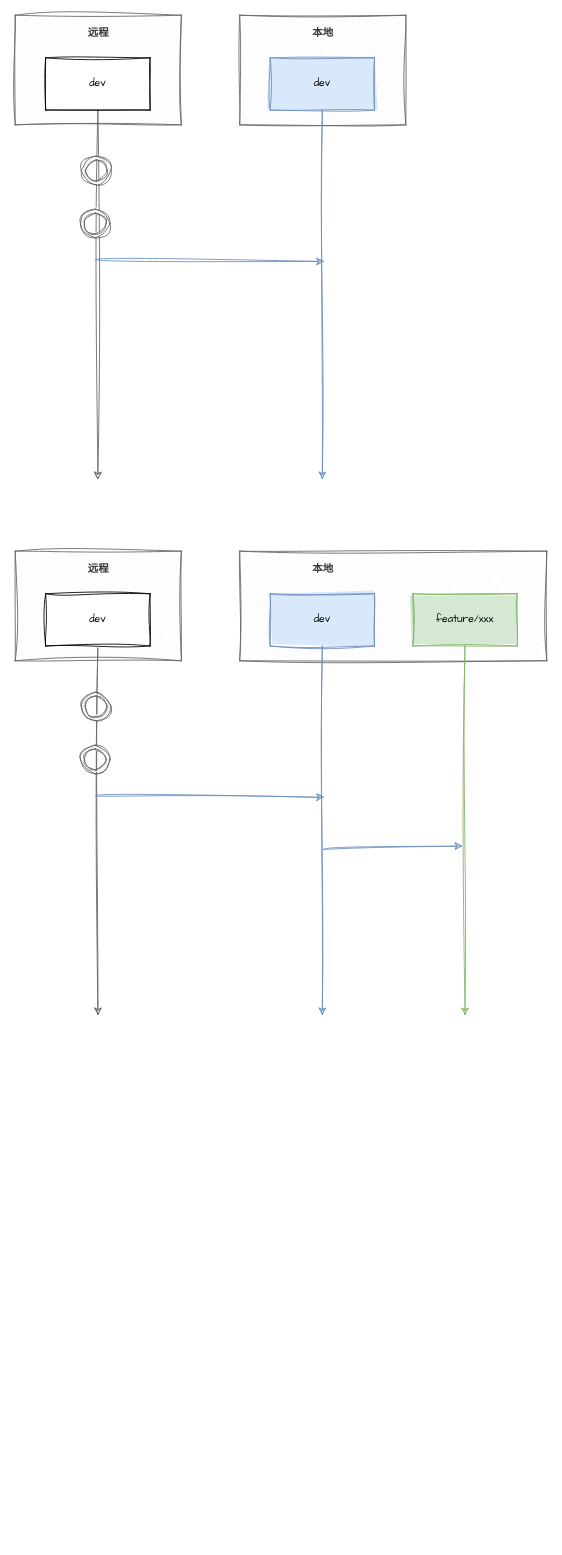
Before: git流程.drawio in TryLoveCatch/charts, a draw.io diagram. Source tidied: cells renumbered, new cells numbered last; positions are measured from the earlier drawing's top-left corner, leaving out a move shared by most shapes. Both pictures are drawn from the tidied source at 87%, with x=0, y=0 at pixel (15, 15).
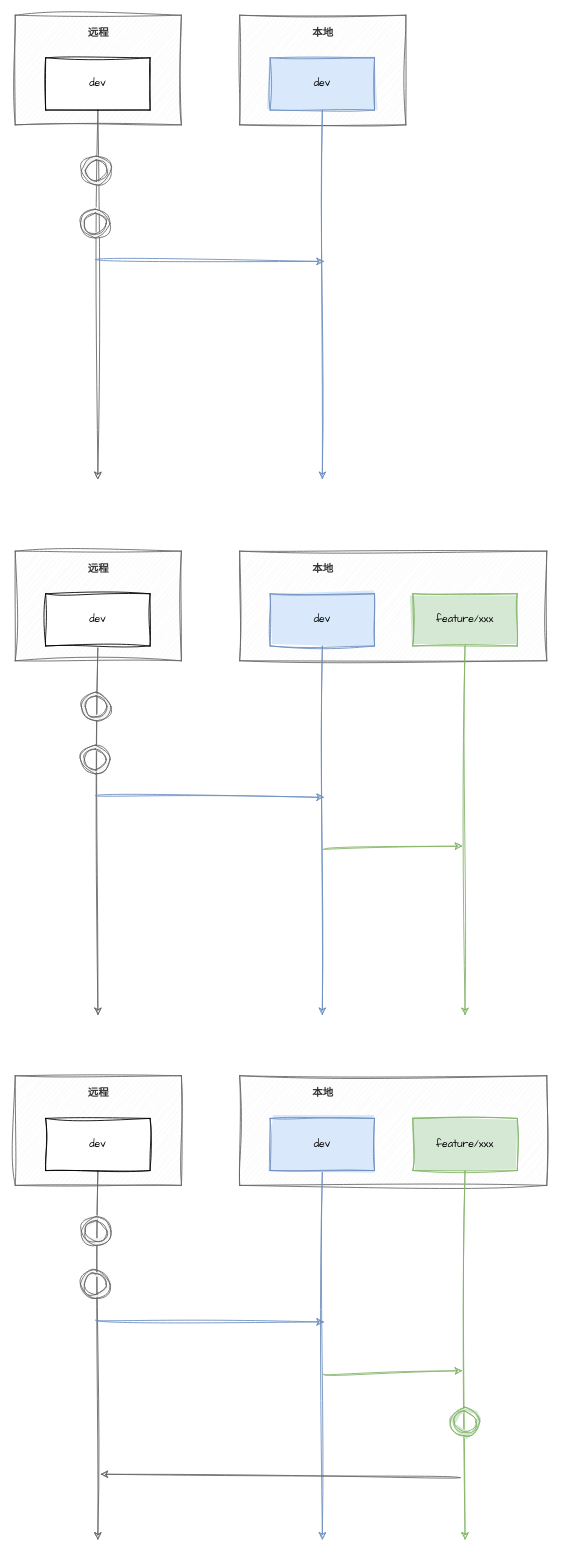
The same diagram, later.

What changed in the source:
```diff
@@
-    <mxCell id="26" style="endArrow=classic;html=1;rounded=1;labelBackgroundColor=default;sketch=1;jiggle=2;curveFitting=1;strokeColor=#6c8ebf;fontFamily=Comic Sans MS;fontSize=12;fontColor=#333333;shape=connector;curved=1;fillColor=#dae8fc;" parent="1" edge="1">
+    <mxCell id="26" style="endArrow=classic;html=1;rounded=1;labelBackgroundColor=default;sketch=1;jiggle=2;curveFitting=1;strokeColor=#82b366;fontFamily=Comic Sans MS;fontSize=12;fontColor=#333333;shape=connector;curved=1;fillColor=#d5e8d4;" parent="1" edge="1">
       <mxGeometry relative="1" as="geometry">
         <mxPoint x="354" y="959" as="sourcePoint" />
         <mxPoint x="514" y="955" as="targetPoint" />
       </mxGeometry>
     </mxCell>
+    <mxCell id="27" style="rounded=0;whiteSpace=wrap;html=1;sketch=1;jiggle=2;curveFitting=1;strokeColor=#666666;fontFamily=Comic Sans MS;fontSize=12;fontColor=#333333;fillColor=#f5f5f5;" parent="1" vertex="1">
+      <mxGeometry y="1219" width="191" height="126" as="geometry" />
+    </mxCell>
+    <mxCell id="28" style="edgeStyle=orthogonalEdgeStyle;jettySize=auto;html=1;exitX=0.5;exitY=1;exitDx=0;exitDy=0;fontFamily=Comic Sans MS;fontSize=12;fontColor=#333333;sketch=1;curveFitting=1;jiggle=2;curved=1;fillColor=#f5f5f5;strokeColor=#666666;" parent="1" edge="1" source="29">
+      <mxGeometry relative="1" as="geometry">
+        <mxPoint x="95" y="1752.5" as="targetPoint" />
+      </mxGeometry>
+    </mxCell>
+    <mxCell id="29" value="dev" style="rounded=0;whiteSpace=wrap;html=1;sketch=1;curveFitting=1;jiggle=2;fontFamily=Comic Sans MS;fillStyle=solid;" parent="1" vertex="1">
+      <mxGeometry x="35" y="1268" width="120" height="60" as="geometry" />
+    </mxCell>
+    <mxCell id="30" value="&lt;b&gt;远程&lt;/b&gt;" style="text;html=1;strokeColor=none;fillColor=none;align=center;verticalAlign=middle;whiteSpace=wrap;rounded=0;fontSize=12;fontFamily=Comic Sans MS;fontColor=#333333;" parent="1" vertex="1">
+      <mxGeometry x="66" y="1225" width="60" height="30" as="geometry" />
+    </mxCell>
+    <mxCell id="31" style="verticalLabelPosition=bottom;verticalAlign=top;html=1;shape=mxgraph.basic.donut;dx=4.5;rounded=0;sketch=1;jiggle=2;curveFitting=1;strokeColor=#666666;fontFamily=Comic Sans MS;fontSize=12;fontColor=#333333;fillColor=#f5f5f5;fillStyle=solid;" parent="1" vertex="1">
+      <mxGeometry x="76" y="1381" width="34" height="33" as="geometry" />
+    </mxCell>
+    <mxCell id="32" style="verticalLabelPosition=bottom;verticalAlign=top;html=1;shape=mxgraph.basic.donut;dx=4.5;rounded=0;sketch=1;jiggle=2;curveFitting=1;strokeColor=#666666;fontFamily=Comic Sans MS;fontSize=12;fontColor=#333333;fillColor=#f5f5f5;fillStyle=solid;" parent="1" vertex="1">
+      <mxGeometry x="75" y="1442" width="34" height="33" as="geometry" />
+    </mxCell>
+    <mxCell id="33" style="rounded=0;whiteSpace=wrap;html=1;sketch=1;jiggle=2;curveFitting=1;strokeColor=#666666;fontFamily=Comic Sans MS;fontSize=12;fontColor=#333333;fillColor=#f5f5f5;" parent="1" vertex="1">
+      <mxGeometry x="258" y="1219" width="353" height="126" as="geometry" />
+    </mxCell>
+    <mxCell id="34" style="edgeStyle=orthogonalEdgeStyle;jettySize=auto;html=1;exitX=0.5;exitY=1;exitDx=0;exitDy=0;fontFamily=Comic Sans MS;fontSize=12;fontColor=#333333;sketch=1;curveFitting=1;jiggle=2;curved=1;fillColor=#dae8fc;strokeColor=#6c8ebf;" parent="1" edge="1" source="35">
+      <mxGeometry relative="1" as="geometry">
+        <mxPoint x="353" y="1752.5" as="targetPoint" />
+      </mxGeometry>
+    </mxCell>
+    <mxCell id="35" value="dev" style="rounded=0;whiteSpace=wrap;html=1;sketch=1;curveFitting=1;jiggle=2;fontFamily=Comic Sans MS;fillStyle=solid;fillColor=#dae8fc;strokeColor=#6c8ebf;" parent="1" vertex="1">
+      <mxGeometry x="293" y="1268" width="120" height="60" as="geometry" />
+    </mxCell>
+    <mxCell id="36" value="&lt;b&gt;本地&lt;/b&gt;" style="text;html=1;strokeColor=none;fillColor=none;align=center;verticalAlign=middle;whiteSpace=wrap;rounded=0;fontSize=12;fontFamily=Comic Sans MS;fontColor=#333333;" parent="1" vertex="1">
+      <mxGeometry x="324" y="1225" width="60" height="30" as="geometry" />
+    </mxCell>
+    <mxCell id="37" style="endArrow=classic;html=1;rounded=1;labelBackgroundColor=default;sketch=1;jiggle=2;curveFitting=1;strokeColor=#6c8ebf;fontFamily=Comic Sans MS;fontSize=12;fontColor=#333333;shape=connector;curved=1;fillColor=#dae8fc;" parent="1" edge="1">
+      <mxGeometry relative="1" as="geometry">
+        <mxPoint x="92" y="1500" as="sourcePoint" />
+        <mxPoint x="355" y="1502" as="targetPoint" />
+      </mxGeometry>
+    </mxCell>
+    <mxCell id="38" style="edgeStyle=orthogonalEdgeStyle;jettySize=auto;html=1;exitX=0.5;exitY=1;exitDx=0;exitDy=0;fontFamily=Comic Sans MS;fontSize=12;fontColor=#333333;sketch=1;curveFitting=1;jiggle=2;curved=1;fillColor=#d5e8d4;strokeColor=#82b366;" parent="1" edge="1" source="39">
+      <mxGeometry relative="1" as="geometry">
+        <mxPoint x="517" y="1752.5" as="targetPoint" />
+      </mxGeometry>
+    </mxCell>
+    <mxCell id="39" value="feature/xxx" style="rounded=0;whiteSpace=wrap;html=1;sketch=1;curveFitting=1;jiggle=2;fontFamily=Comic Sans MS;fillStyle=solid;fillColor=#d5e8d4;strokeColor=#82b366;" parent="1" vertex="1">
+      <mxGeometry x="457" y="1268" width="120" height="60" as="geometry" />
+    </mxCell>
+    <mxCell id="40" style="endArrow=classic;html=1;rounded=1;labelBackgroundColor=default;sketch=1;jiggle=2;curveFitting=1;strokeColor=#82b366;fontFamily=Comic Sans MS;fontSize=12;fontColor=#333333;shape=connector;curved=1;fillColor=#d5e8d4;" parent="1" edge="1">
+      <mxGeometry relative="1" as="geometry">
+        <mxPoint x="354" y="1562" as="sourcePoint" />
+        <mxPoint x="514" y="1558" as="targetPoint" />
+      </mxGeometry>
+    </mxCell>
+    <mxCell id="41" style="verticalLabelPosition=bottom;verticalAlign=top;html=1;shape=mxgraph.basic.donut;dx=4.5;rounded=0;sketch=1;jiggle=2;curveFitting=1;strokeColor=#82b366;fontFamily=Comic Sans MS;fontSize=12;fillColor=#d5e8d4;fillStyle=solid;" parent="1" vertex="1">
+      <mxGeometry x="500" y="1600" width="34" height="33" as="geometry" />
+    </mxCell>
+    <mxCell id="42" style="endArrow=classic;html=1;rounded=1;labelBackgroundColor=default;sketch=1;jiggle=2;curveFitting=1;strokeColor=#666666;fontFamily=Comic Sans MS;fontSize=12;fontColor=#333333;shape=connector;curved=1;fillColor=#f5f5f5;" parent="1" edge="1">
+      <mxGeometry relative="1" as="geometry">
+        <mxPoint x="512" y="1681" as="sourcePoint" />
+        <mxPoint x="98" y="1677" as="targetPoint" />
+      </mxGeometry>
+    </mxCell>
```
